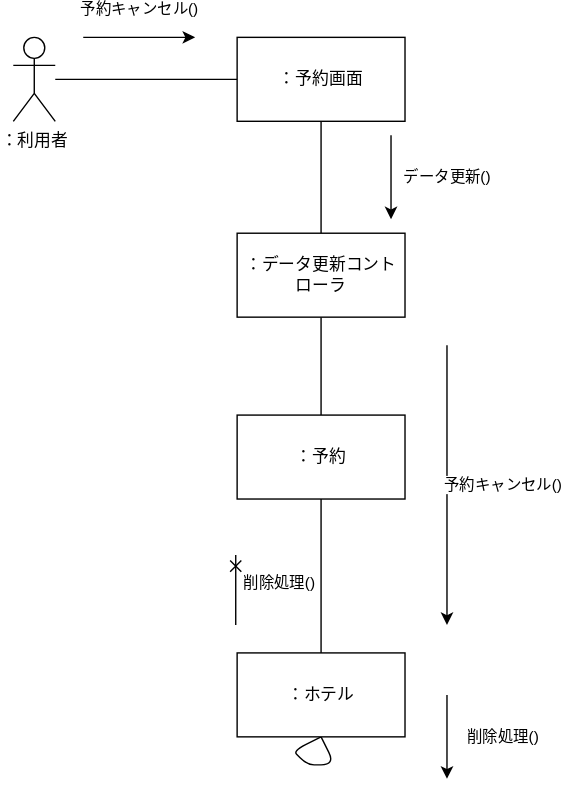
The draw.io diagram 演習５-2_CD_予約登録削除.drawio.svg in Raiki215/uml-introduction, before a commit. Source tidied: cells renumbered, new cells last; positions are measured from the earlier drawing's top-left corner, leaving out a move shared by most shapes.
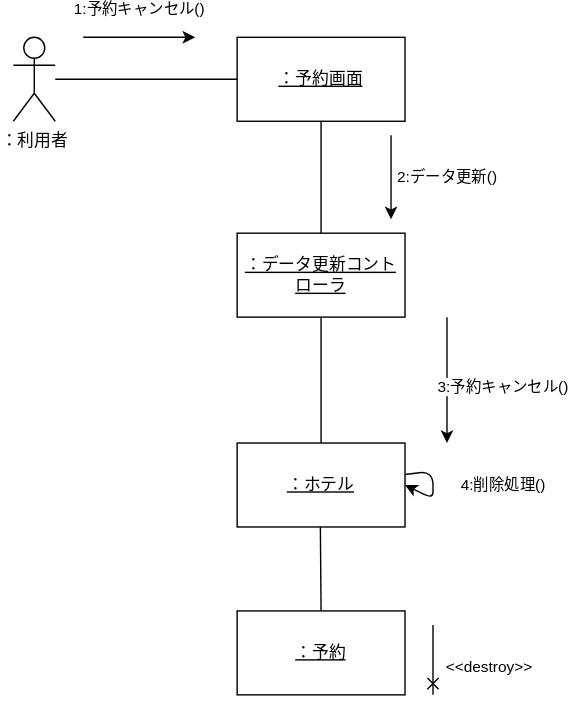
After the change.

What changed in the source:
```diff
@@ -11,62 +11,52 @@
     <mxCell id="4" style="edgeStyle=none;html=1;endArrow=none;endFill=0;" parent="1" edge="1" source="5" target="8">
       <mxGeometry relative="1" as="geometry" />
     </mxCell>
-    <mxCell id="5" value="：予約画面" style="rounded=0;whiteSpace=wrap;html=1;" parent="1" vertex="1">
+    <mxCell id="5" value="&lt;u&gt;：予約画面&lt;/u&gt;" style="rounded=0;whiteSpace=wrap;html=1;" parent="1" vertex="1">
       <mxGeometry x="160" width="120" height="60" as="geometry" />
     </mxCell>
-    <mxCell id="6" value="予約キャンセル()" style="endArrow=classic;html=1;" parent="1" edge="1">
+    <mxCell id="6" value="1:予約キャンセル()" style="endArrow=classic;html=1;" parent="1" edge="1">
       <mxGeometry y="20" relative="1" as="geometry">
         <mxPoint x="50" as="sourcePoint" />
         <mxPoint x="130" as="targetPoint" />
       </mxGeometry>
     </mxCell>
-    <mxCell id="7" style="edgeStyle=none;html=1;endArrow=none;endFill=0;" parent="1" edge="1" source="8" target="11">
-      <mxGeometry relative="1" as="geometry" />
-    </mxCell>
-    <mxCell id="8" value="：データ更新コントローラ" style="whiteSpace=wrap;html=1;rounded=0;" parent="1" vertex="1">
+    <mxCell id="8" value="&lt;u&gt;：データ更新コントローラ&lt;/u&gt;" style="whiteSpace=wrap;html=1;rounded=0;" parent="1" vertex="1">
       <mxGeometry x="160" y="140" width="120" height="60" as="geometry" />
     </mxCell>
-    <mxCell id="9" value="データ更新()" style="endArrow=classic;html=1;" parent="1" edge="1">
+    <mxCell id="9" value="2:データ更新()" style="endArrow=classic;html=1;" parent="1" edge="1">
       <mxGeometry y="40" relative="1" as="geometry">
         <mxPoint x="270" y="70" as="sourcePoint" />
         <mxPoint x="270" y="130" as="targetPoint" />
       </mxGeometry>
     </mxCell>
-    <mxCell id="10" style="edgeStyle=none;html=1;endArrow=none;endFill=0;" parent="1" edge="1" source="11" target="13">
-      <mxGeometry relative="1" as="geometry" />
-    </mxCell>
-    <mxCell id="11" value="：予約" style="whiteSpace=wrap;html=1;rounded=0;" parent="1" vertex="1">
-      <mxGeometry x="160" y="270" width="120" height="60" as="geometry" />
+    <mxCell id="11" value="&lt;u&gt;：予約&lt;/u&gt;" style="whiteSpace=wrap;html=1;rounded=0;" parent="1" vertex="1">
+      <mxGeometry x="160" y="410" width="120" height="60" as="geometry" />
     </mxCell>
-    <mxCell id="12" style="edgeStyle=none;html=1;exitX=0.5;exitY=1;exitDx=0;exitDy=0;endArrow=none;endFill=0;entryX=0.5;entryY=1;entryDx=0;entryDy=0;" parent="1" edge="1" source="13" target="13">
-      <mxGeometry relative="1" as="geometry">
-        <Array as="points">
-          <mxPoint x="230" y="520" />
-          <mxPoint x="210" y="520" />
-          <mxPoint x="200" y="510" />
-        </Array>
-      </mxGeometry>
-    </mxCell>
-    <mxCell id="13" value="：ホテル" style="whiteSpace=wrap;html=1;rounded=0;" parent="1" vertex="1">
-      <mxGeometry x="160" y="440" width="120" height="60" as="geometry" />
+    <mxCell id="13" value="&lt;u&gt;：ホテル&lt;/u&gt;" style="whiteSpace=wrap;html=1;rounded=0;" parent="1" vertex="1">
+      <mxGeometry x="160" y="290" width="120" height="60" as="geometry" />
     </mxCell>
-    <mxCell id="14" value="予約キャンセル()" style="endArrow=classic;html=1;" parent="1" edge="1">
-      <mxGeometry y="40" relative="1" as="geometry">
-        <mxPoint x="310" y="220" as="sourcePoint" />
-        <mxPoint x="310" y="420" as="targetPoint" />
+    <mxCell id="14" value="3:予約キャンセル()" style="endArrow=classic;html=1;" parent="1" edge="1">
+      <mxGeometry x="0.11" y="40" relative="1" as="geometry">
+        <mxPoint x="310" y="200" as="sourcePoint" />
+        <mxPoint x="310" y="290" as="targetPoint" />
       </mxGeometry>
     </mxCell>
-    <mxCell id="15" value="削除処理()" style="endArrow=classic;html=1;" parent="1" edge="1">
-      <mxGeometry y="40" relative="1" as="geometry">
-        <mxPoint x="310" y="470" as="sourcePoint" />
-        <mxPoint x="310" y="530" as="targetPoint" />
-      </mxGeometry>
-    </mxCell>
-    <mxCell id="16" value="削除処理()" style="endArrow=none;html=1;endFill=0;startArrow=cross;startFill=0;" parent="1" edge="1">
-      <mxGeometry x="-0.2" y="31" relative="1" as="geometry">
-        <mxPoint x="159" y="370" as="sourcePoint" />
-        <mxPoint x="159" y="420" as="targetPoint" />
+    <mxCell id="16" value="&amp;lt;&amp;lt;destroy&amp;gt;&amp;gt;" style="endArrow=none;html=1;endFill=0;startArrow=cross;startFill=0;" parent="1" edge="1">
+      <mxGeometry x="-0.2" y="-40" relative="1" as="geometry">
+        <mxPoint x="300" y="470" as="sourcePoint" />
+        <mxPoint x="300" y="420" as="targetPoint" />
       </mxGeometry>
     </mxCell>
+    <mxCell id="17" style="edgeStyle=none;html=1;endArrow=none;endFill=0;exitX=0.5;exitY=1;exitDx=0;exitDy=0;" parent="1" edge="1" source="8" target="13">
+      <mxGeometry relative="1" as="geometry" />
+    </mxCell>
+    <mxCell id="12" value="4:削除処理()" style="edgeStyle=none;html=1;entryX=1;entryY=0.5;entryDx=0;entryDy=0;endArrow=classic;endFill=1;" parent="1" edge="1" source="13" target="13">
+      <mxGeometry x="-0.04" y="50" relative="1" as="geometry" />
+    </mxCell>
+    <mxCell id="18" style="edgeStyle=none;html=1;endArrow=none;endFill=0;exitX=0.5;exitY=1;exitDx=0;exitDy=0;entryX=0.5;entryY=0;entryDx=0;entryDy=0;" parent="1" edge="1" target="11">
+      <mxGeometry relative="1" as="geometry">
+        <mxPoint x="219.5" y="350" as="sourcePoint" />
+      </mxGeometry>
+    </mxCell>
   </root>
 </mxGraphModel>
```
